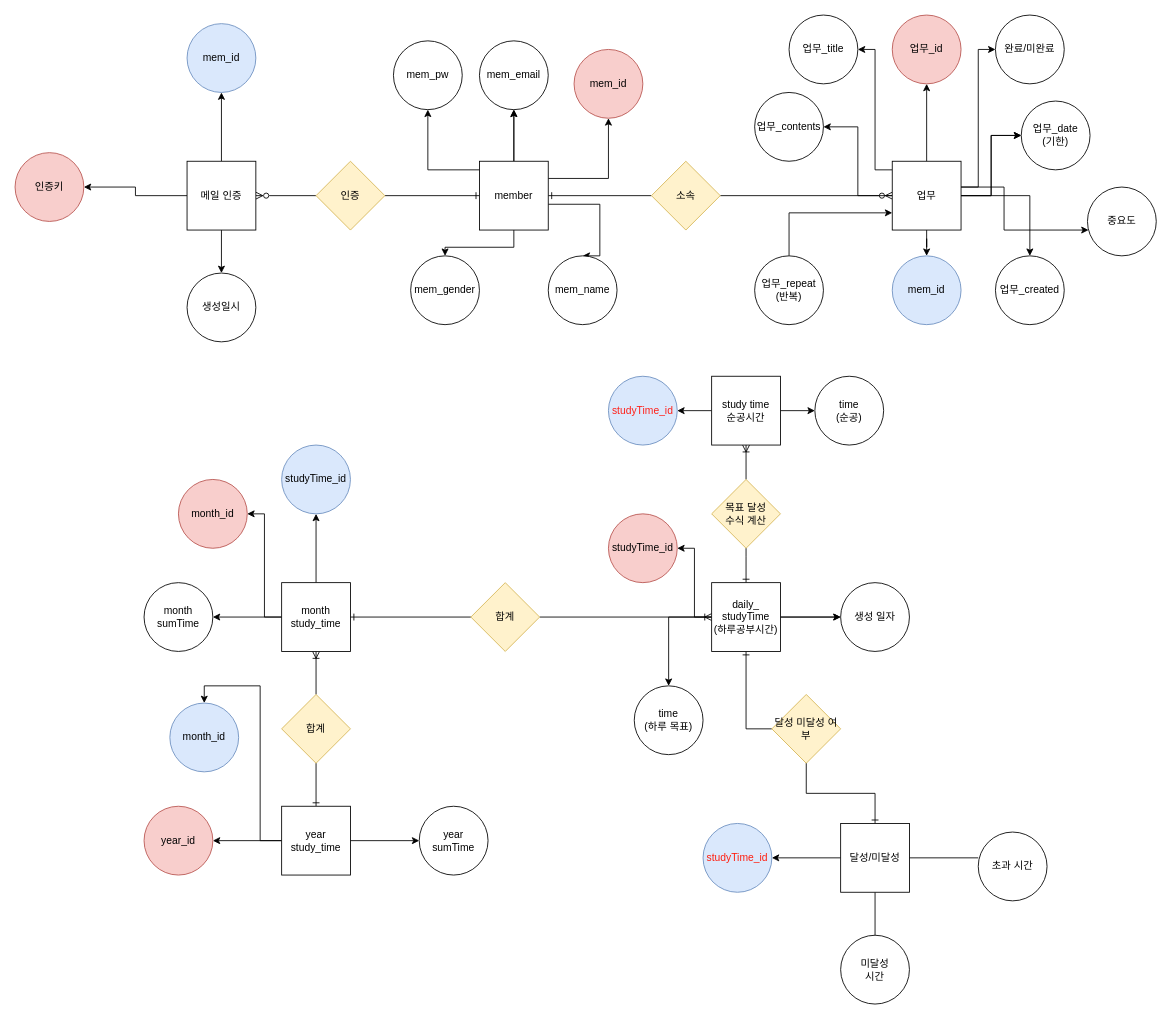
This is teacher/10_minute.drawio from Cheyoung0203/kimbug-training, a draw.io file, before an edit. Source tidied: cells renumbered, new cells numbered last; positions are measured from the earlier drawing's top-left corner, leaving out a move shared by most shapes. Both pictures are drawn from the tidied source at 86%, with x=0, y=0 at pixel (15, 15).
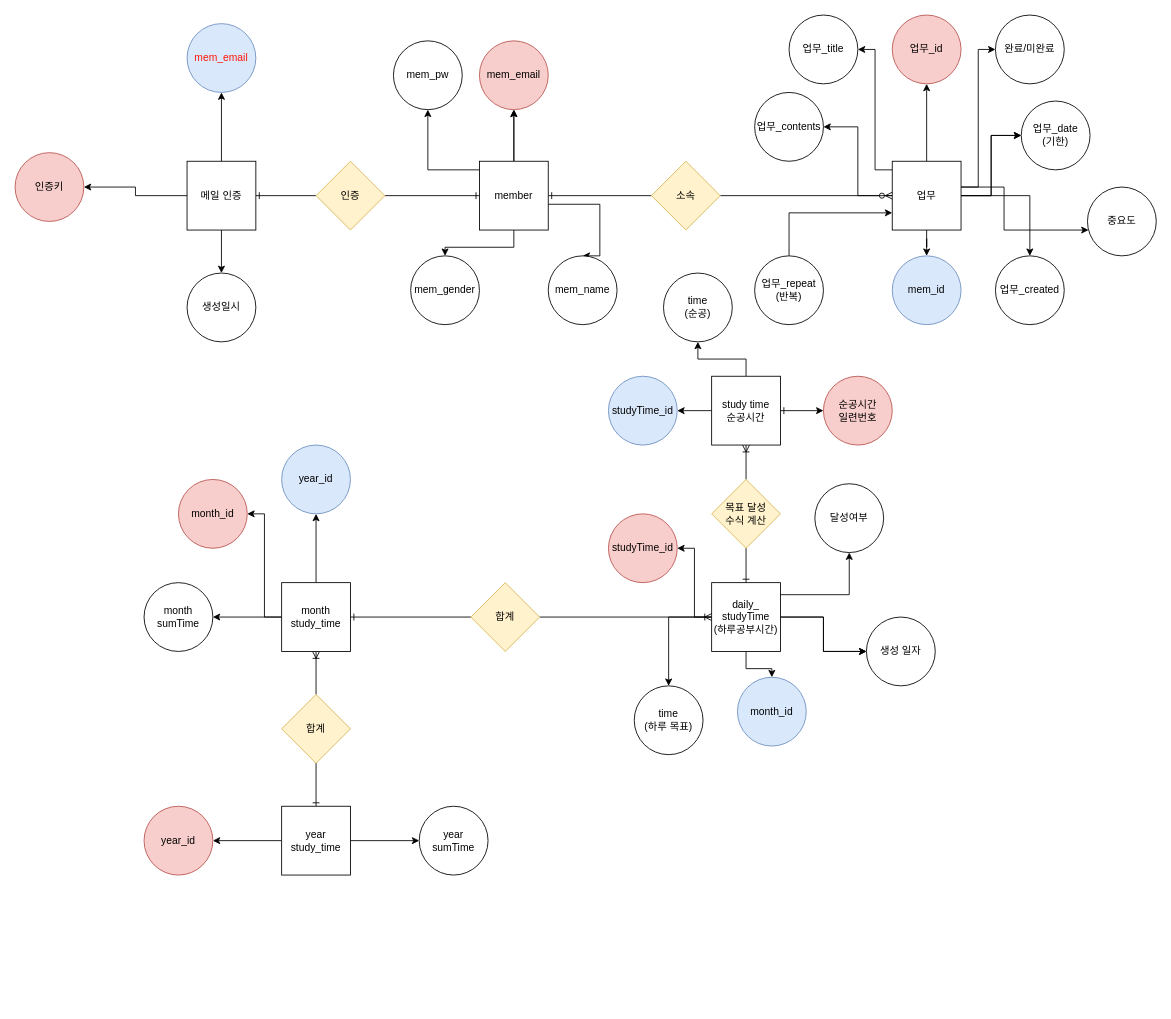
After the change.

The change refers to these unchanged cells:
```xml
<mxCell id="24" value="study time&lt;br&gt;순공시간" style="whiteSpace=wrap;html=1;" parent="1" vertex="1">
  <mxGeometry x="810" y="420" width="80" height="80" as="geometry" />
</mxCell>
<mxCell id="33" value="daily_&lt;br&gt;studyTime&lt;br&gt;(하루공부시간)" style="whiteSpace=wrap;html=1;" parent="1" vertex="1">
  <mxGeometry x="810" y="660" width="80" height="80" as="geometry" />
</mxCell>
<mxCell id="52" value="month&lt;br&gt;study_time" style="whiteSpace=wrap;html=1;" parent="1" vertex="1">
  <mxGeometry x="310" y="660" width="80" height="80" as="geometry" />
</mxCell>
<mxCell id="62" value="year&lt;br&gt;study_time" style="whiteSpace=wrap;html=1;" parent="1" vertex="1">
  <mxGeometry x="310" y="920" width="80" height="80" as="geometry" />
</mxCell>
<mxCell id="70" value="메일 인증" style="whiteSpace=wrap;html=1;" parent="1" vertex="1">
  <mxGeometry x="200" y="170" width="80" height="80" as="geometry" />
</mxCell>
<mxCell id="75" value="인증" style="rhombus;whiteSpace=wrap;html=1;fillColor=#fff2cc;strokeColor=#d6b656;" parent="1" vertex="1">
  <mxGeometry x="350" y="170" width="80" height="80" as="geometry" />
</mxCell>
<mxCell id="83" value="member" style="whiteSpace=wrap;html=1;" parent="1" vertex="1">
  <mxGeometry x="540" y="170" width="80" height="80" as="geometry" />
</mxCell>
```

Diff of the diagram source:
```diff
@@
+    <mxCell id="93" style="edgeStyle=orthogonalEdgeStyle;rounded=0;jettySize=auto;html=1;entryX=0;entryY=0.5;entryDx=0;entryDy=0;fontColor=#000000;startArrow=ERone;startFill=0;" parent="1" edge="1" source="24" target="97">
+      <mxGeometry relative="1" as="geometry" />
+    </mxCell>
@@
-    <mxCell id="31" style="edgeStyle=orthogonalEdgeStyle;rounded=0;jettySize=auto;html=1;entryX=0;entryY=0.5;entryDx=0;entryDy=0;endArrow=none;endFill=0;startArrow=ERone;startFill=0;" parent="1" edge="1" source="33" target="39">
-      <mxGeometry relative="1" as="geometry">
-        <Array as="points">
-          <mxPoint x="850" y="830" />
-        </Array>
-      </mxGeometry>
-    </mxCell>
@@
+    <mxCell id="94" style="edgeStyle=orthogonalEdgeStyle;rounded=0;jettySize=auto;html=1;fontColor=#000000;startArrow=none;startFill=0;exitX=1;exitY=0.175;exitDx=0;exitDy=0;exitPerimeter=0;" parent="1" edge="1" source="33" target="98">
+      <mxGeometry relative="1" as="geometry" />
+    </mxCell>
+    <mxCell id="95" style="edgeStyle=orthogonalEdgeStyle;rounded=0;jettySize=auto;html=1;fontColor=#000000;startArrow=none;startFill=0;" parent="1" edge="1" source="33" target="65">
+      <mxGeometry relative="1" as="geometry" />
+    </mxCell>
@@
     <mxCell id="34" value="생성 일자" style="ellipse;whiteSpace=wrap;html=1;" parent="1" vertex="1">
-      <mxGeometry x="960" y="660" width="80" height="80" as="geometry" />
+      <mxGeometry x="990" y="700" width="80" height="80" as="geometry" />
     </mxCell>
@@
-    <mxCell id="37" value="&lt;font color=&quot;#ff1f17&quot;&gt;studyTime_id&lt;/font&gt;" style="ellipse;whiteSpace=wrap;html=1;fillColor=#dae8fc;strokeColor=#6c8ebf;" parent="1" vertex="1">
+    <mxCell id="37" value="studyTime_id" style="ellipse;whiteSpace=wrap;html=1;fillColor=#dae8fc;strokeColor=#6c8ebf;" parent="1" vertex="1">
       <mxGeometry x="690" y="420" width="80" height="80" as="geometry" />
     </mxCell>
     <mxCell id="38" value="time&lt;br&gt;(순공)" style="ellipse;whiteSpace=wrap;html=1;" parent="1" vertex="1">
-      <mxGeometry x="930" y="420" width="80" height="80" as="geometry" />
+      <mxGeometry x="754" y="300" width="80" height="80" as="geometry" />
     </mxCell>
-    <mxCell id="39" value="달성 미달성 여부" style="rhombus;whiteSpace=wrap;html=1;fillColor=#fff2cc;strokeColor=#d6b656;" parent="1" vertex="1">
-      <mxGeometry x="880" y="790" width="80" height="80" as="geometry" />
-    </mxCell>
-    <mxCell id="40" style="edgeStyle=orthogonalEdgeStyle;rounded=0;jettySize=auto;html=1;endArrow=none;endFill=0;startArrow=ERone;startFill=0;" parent="1" edge="1" source="44" target="39">
-      <mxGeometry relative="1" as="geometry" />
-    </mxCell>
-    <mxCell id="41" style="edgeStyle=orthogonalEdgeStyle;rounded=0;jettySize=auto;html=1;entryX=0;entryY=0.375;entryDx=0;entryDy=0;entryPerimeter=0;endArrow=none;endFill=0;" parent="1" edge="1" source="44" target="45">
-      <mxGeometry relative="1" as="geometry" />
-    </mxCell>
-    <mxCell id="42" style="edgeStyle=orthogonalEdgeStyle;rounded=0;jettySize=auto;html=1;" parent="1" edge="1" source="44" target="46">
-      <mxGeometry relative="1" as="geometry" />
-    </mxCell>
-    <mxCell id="43" style="edgeStyle=orthogonalEdgeStyle;rounded=0;jettySize=auto;html=1;startArrow=none;startFill=0;endArrow=none;endFill=0;" parent="1" edge="1" source="44" target="90">
-      <mxGeometry relative="1" as="geometry" />
-    </mxCell>
-    <mxCell id="44" value="달성/미달성" style="whiteSpace=wrap;html=1;" parent="1" vertex="1">
-      <mxGeometry x="960" y="940" width="80" height="80" as="geometry" />
-    </mxCell>
-    <mxCell id="45" value="초과 시간" style="ellipse;whiteSpace=wrap;html=1;" parent="1" vertex="1">
-      <mxGeometry x="1120" y="950" width="80" height="80" as="geometry" />
-    </mxCell>
-    <mxCell id="46" value="&lt;font color=&quot;#ff1d0d&quot;&gt;studyTime_id&lt;/font&gt;" style="ellipse;whiteSpace=wrap;html=1;fillColor=#dae8fc;strokeColor=#6c8ebf;" parent="1" vertex="1">
-      <mxGeometry x="800" y="940" width="80" height="80" as="geometry" />
-    </mxCell>
@@
-    <mxCell id="48" style="edgeStyle=orthogonalEdgeStyle;rounded=0;jettySize=auto;html=1;" parent="1" edge="1" source="52" target="54">
-      <mxGeometry relative="1" as="geometry" />
-    </mxCell>
@@
+    <mxCell id="96" style="edgeStyle=orthogonalEdgeStyle;rounded=0;jettySize=auto;html=1;fontColor=#000000;startArrow=none;startFill=0;" parent="1" edge="1" source="52" target="99">
+      <mxGeometry relative="1" as="geometry" />
+    </mxCell>
@@
-    <mxCell id="54" value="studyTime_id" style="ellipse;whiteSpace=wrap;html=1;fillColor=#dae8fc;strokeColor=#6c8ebf;" parent="1" vertex="1">
-      <mxGeometry x="310" y="500" width="80" height="80" as="geometry" />
-    </mxCell>
@@
-    <mxCell id="61" style="edgeStyle=orthogonalEdgeStyle;rounded=0;jettySize=auto;html=1;entryX=0.5;entryY=0;entryDx=0;entryDy=0;" parent="1" edge="1" source="62" target="65">
-      <mxGeometry relative="1" as="geometry" />
-    </mxCell>
@@
-    <mxCell id="65" value="month_id" style="ellipse;whiteSpace=wrap;html=1;fillColor=#dae8fc;strokeColor=#6c8ebf;" parent="1" vertex="1">
-      <mxGeometry x="180" y="800" width="80" height="80" as="geometry" />
-    </mxCell>
@@
-    <mxCell id="69" style="edgeStyle=orthogonalEdgeStyle;rounded=0;jettySize=auto;html=1;endArrow=none;endFill=0;startArrow=ERzeroToMany;startFill=0;" parent="1" edge="1" source="70" target="75">
+    <mxCell id="69" style="edgeStyle=orthogonalEdgeStyle;rounded=0;jettySize=auto;html=1;endArrow=none;endFill=0;startArrow=ERone;startFill=0;" parent="1" edge="1" source="70" target="75">
       <mxGeometry relative="1" as="geometry" />
     </mxCell>
@@
-    <mxCell id="71" value="mem_id" style="ellipse;whiteSpace=wrap;html=1;fillColor=#dae8fc;strokeColor=#6c8ebf;" parent="1" vertex="1">
+    <mxCell id="71" value="&lt;font color=&quot;#ff1605&quot;&gt;mem_email&lt;/font&gt;" style="ellipse;whiteSpace=wrap;html=1;fillColor=#dae8fc;strokeColor=#6c8ebf;" parent="1" vertex="1">
       <mxGeometry x="200" y="10" width="80" height="80" as="geometry" />
     </mxCell>
@@
-    <mxCell id="80" style="edgeStyle=orthogonalEdgeStyle;rounded=0;jettySize=auto;html=1;entryX=0.5;entryY=1;entryDx=0;entryDy=0;" parent="1" edge="1" source="83" target="88">
-      <mxGeometry relative="1" as="geometry">
-        <Array as="points">
-          <mxPoint x="690" y="190" />
-        </Array>
-      </mxGeometry>
-    </mxCell>
@@
-    <mxCell id="85" value="mem_email" style="ellipse;whiteSpace=wrap;html=1;" parent="1" vertex="1">
+    <mxCell id="85" value="mem_email" style="ellipse;whiteSpace=wrap;html=1;fillColor=#f8cecc;strokeColor=#b85450;" parent="1" vertex="1">
       <mxGeometry x="540" y="30" width="80" height="80" as="geometry" />
     </mxCell>
@@
-    <mxCell id="88" value="mem_id" style="ellipse;whiteSpace=wrap;html=1;fillColor=#f8cecc;strokeColor=#b85450;" parent="1" vertex="1">
-      <mxGeometry x="650" y="40" width="80" height="80" as="geometry" />
-    </mxCell>
@@
-    <mxCell id="90" value="미달성&lt;br&gt;시간" style="ellipse;whiteSpace=wrap;html=1;" parent="1" vertex="1">
-      <mxGeometry x="960" y="1070" width="80" height="80" as="geometry" />
-    </mxCell>
@@
+    <mxCell id="97" value="순공시간&lt;br&gt;일련번호" style="ellipse;whiteSpace=wrap;html=1;fillColor=#f8cecc;strokeColor=#b85450;" parent="1" vertex="1">
+      <mxGeometry x="940" y="420" width="80" height="80" as="geometry" />
+    </mxCell>
+    <mxCell id="98" value="달성여부" style="ellipse;whiteSpace=wrap;html=1;" parent="1" vertex="1">
+      <mxGeometry x="930" y="545" width="80" height="80" as="geometry" />
+    </mxCell>
+    <mxCell id="65" value="month_id&lt;br&gt;" style="ellipse;whiteSpace=wrap;html=1;fillColor=#dae8fc;strokeColor=#6c8ebf;" parent="1" vertex="1">
+      <mxGeometry x="840" y="770" width="80" height="80" as="geometry" />
+    </mxCell>
+    <mxCell id="99" value="year_id" style="ellipse;whiteSpace=wrap;html=1;fillColor=#dae8fc;strokeColor=#6c8ebf;" parent="1" vertex="1">
+      <mxGeometry x="310" y="500" width="80" height="80" as="geometry" />
+    </mxCell>
```
